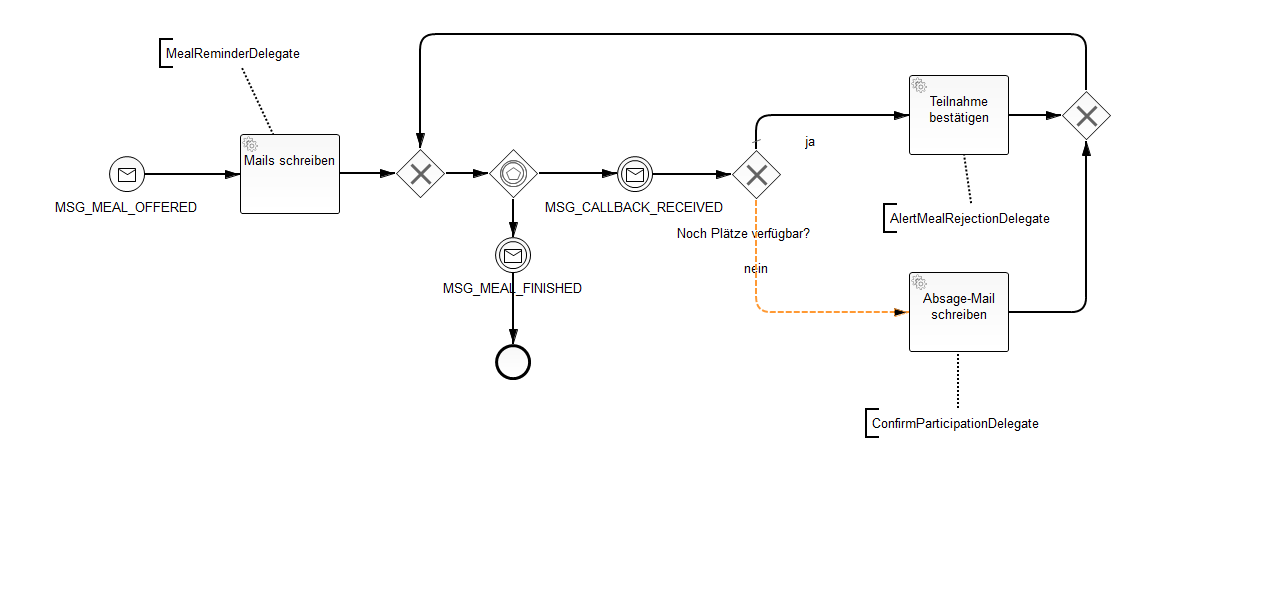
gheddie/speedys-resourceplanning-new keeps this BPMN diagram as sternico-meals-bpm/src/main/resources/MealRequest.png. Above is the earlier version. Its source is kept beside it as sternico-meals-bpm/src/main/resources/MealRequest.bpmn. Ids are renumbered.
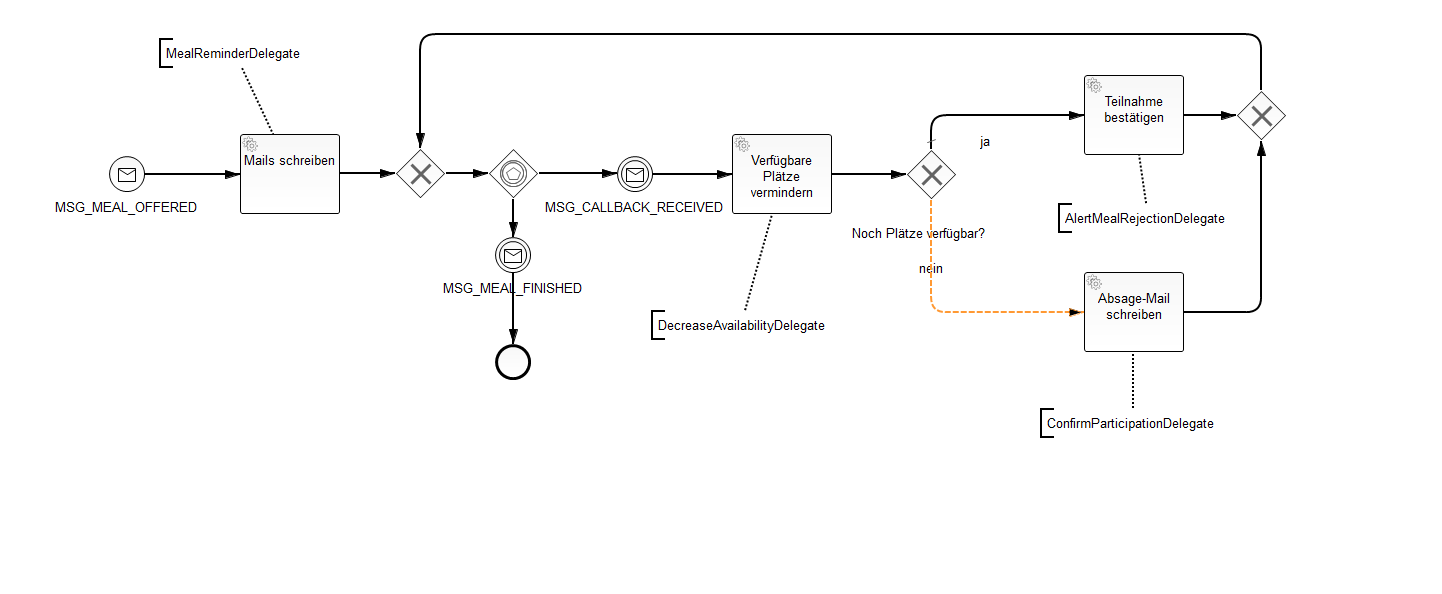
The same diagram one commit later.

Diff of the diagram source:
```diff
@@ -6,7 +6,7 @@
     </bpmn2:startEvent>
     <bpmn2:sequenceFlow id="SequenceFlow_1" name="" sourceRef="StartEvent_1" targetRef="ManualTask_1"/>
     <bpmn2:exclusiveGateway id="ExclusiveGateway_1" name="Noch Plätze verfügbar?" default="flowPlacesAvailable">
-      <bpmn2:incoming>SequenceFlow_5</bpmn2:incoming>
+      <bpmn2:incoming>SequenceFlow_n1</bpmn2:incoming>
       <bpmn2:outgoing>flowPlacesAvailable</bpmn2:outgoing>
       <bpmn2:outgoing>flowNoPlacesAvailable</bpmn2:outgoing>
     </bpmn2:exclusiveGateway>
@@ -16,7 +16,7 @@
       <bpmn2:outgoing>SequenceFlow_6</bpmn2:outgoing>
     </bpmn2:serviceTask>
     <bpmn2:sequenceFlow id="flowNoPlacesAvailable" name="nein" sourceRef="ExclusiveGateway_1" targetRef="ServiceTask_2">
-      <bpmn2:conditionExpression xsi:type="bpmn2:tFormalExpression">${reservations>=maxAttendeeCount}</bpmn2:conditionExpression>
+      <bpmn2:conditionExpression xsi:type="bpmn2:tFormalExpression">${reservationCount>=availablePlaces}</bpmn2:conditionExpression>
     </bpmn2:sequenceFlow>
     <bpmn2:exclusiveGateway id="ExclusiveGateway_2">
       <bpmn2:incoming>SequenceFlow_6</bpmn2:incoming>
@@ -35,7 +35,7 @@
       <bpmn2:outgoing>SequenceFlow_5</bpmn2:outgoing>
       <bpmn2:messageEventDefinition id="_MessageEventDefinition_3" messageRef="Message_2"/>
     </bpmn2:intermediateCatchEvent>
-    <bpmn2:sequenceFlow id="SequenceFlow_5" name="" sourceRef="IntermediateCatchEvent_1" targetRef="ExclusiveGateway_1"/>
+    <bpmn2:sequenceFlow id="SequenceFlow_5" name="" sourceRef="IntermediateCatchEvent_1" targetRef="ServiceTask_n2"/>
     <bpmn2:exclusiveGateway id="ExclusiveGateway_3">
       <bpmn2:incoming>SequenceFlow_3</bpmn2:incoming>
       <bpmn2:incoming>SequenceFlow_9</bpmn2:incoming>
@@ -63,6 +63,11 @@
       <bpmn2:outgoing>SequenceFlow_7</bpmn2:outgoing>
     </bpmn2:serviceTask>
     <bpmn2:sequenceFlow id="SequenceFlow_7" name="" sourceRef="ServiceTask_2" targetRef="ExclusiveGateway_2"/>
+    <bpmn2:serviceTask id="ServiceTask_n2" camunda:class="de.gravitex.misc.delegate.DecreaseAvailabilityDelegate" name="Verfügbare Plätze vermindern">
+      <bpmn2:incoming>SequenceFlow_5</bpmn2:incoming>
+      <bpmn2:outgoing>SequenceFlow_n1</bpmn2:outgoing>
+    </bpmn2:serviceTask>
+    <bpmn2:sequenceFlow id="SequenceFlow_n1" sourceRef="ServiceTask_n2" targetRef="ExclusiveGateway_1"/>
     <bpmn2:textAnnotation id="TextAnnotation_1">
       <bpmn2:text>MealReminderDelegate</bpmn2:text>
     </bpmn2:textAnnotation>
@@ -75,6 +80,10 @@
       <bpmn2:text>AlertMealRejectionDelegate</bpmn2:text>
     </bpmn2:textAnnotation>
     <bpmn2:association id="Association_3" sourceRef="TextAnnotation_3" targetRef="ServiceTask_1"/>
+    <bpmn2:textAnnotation id="TextAnnotation_4">
+      <bpmn2:text>DecreaseAvailabilityDelegate</bpmn2:text>
+    </bpmn2:textAnnotation>
+    <bpmn2:association id="Association_4" sourceRef="TextAnnotation_4" targetRef="ServiceTask_n2"/>
   </bpmn2:process>
   <bpmn2:message id="Message_1" name="MSG_MEAL_OFFERED"/>
   <bpmn2:message id="Message_2" name="MSG_CALLBACK_RECEIVED"/>
@@ -111,58 +120,61 @@
         </bpmndi:BPMNLabel>
       </bpmndi:BPMNEdge>
       <bpmndi:BPMNShape id="_BPMNShape_ExclusiveGateway_2" bpmnElement="ExclusiveGateway_1" isMarkerVisible="true">
-        <dc:Bounds height="50.0" width="50.0" x="731.0" y="149.0"/>
+        <dc:Bounds height="50.0" width="50.0" x="906.0" y="149.0"/>
         <bpmndi:BPMNLabel>
-          <dc:Bounds height="22.0" width="139.0" x="675.0" y="223.0"/>
+          <dc:Bounds height="22.0" width="139.0" x="850.0" y="223.0"/>
         </bpmndi:BPMNLabel>
       </bpmndi:BPMNShape>
       <bpmndi:BPMNEdge id="BPMNEdge_SequenceFlow_5" bpmnElement="SequenceFlow_5" sourceElement="_BPMNShape_IntermediateCatchEvent_2" targetElement="_BPMNShape_ExclusiveGateway_2">
         <di:waypoint xsi:type="dc:Point" x="653.0" y="174.0"/>
-        <di:waypoint xsi:type="dc:Point" x="731.0" y="174.0"/>
+        <di:waypoint xsi:type="dc:Point" x="732.0" y="174.0"/>
         <bpmndi:BPMNLabel>
           <dc:Bounds height="6.0" width="6.0" x="720.0" y="75.0"/>
         </bpmndi:BPMNLabel>
       </bpmndi:BPMNEdge>
       <bpmndi:BPMNShape id="_BPMNShape_ServiceTask_23" bpmnElement="ServiceTask_1">
-        <dc:Bounds height="80.0" width="100.0" x="909.0" y="75.0"/>
+        <dc:Bounds height="80.0" width="100.0" x="1084.0" y="75.0"/>
       </bpmndi:BPMNShape>
       <bpmndi:BPMNEdge id="BPMNEdge_SequenceFlow_2" bpmnElement="flowPlacesAvailable" sourceElement="_BPMNShape_ExclusiveGateway_2" targetElement="_BPMNShape_ServiceTask_23">
-        <di:waypoint xsi:type="dc:Point" x="756.0" y="149.0"/>
-        <di:waypoint xsi:type="dc:Point" x="756.0" y="115.0"/>
-        <di:waypoint xsi:type="dc:Point" x="909.0" y="115.0"/>
+        <di:waypoint xsi:type="dc:Point" x="931.0" y="149.0"/>
+        <di:waypoint xsi:type="dc:Point" x="931.0" y="115.0"/>
+        <di:waypoint xsi:type="dc:Point" x="1084.0" y="115.0"/>
         <bpmndi:BPMNLabel>
-          <dc:Bounds height="6.0" width="6.0" x="808.0" y="131.0"/>
+          <dc:Bounds height="6.0" width="90.0" x="941.0" y="131.0"/>
         </bpmndi:BPMNLabel>
       </bpmndi:BPMNEdge>
       <bpmndi:BPMNShape id="_BPMNShape_ServiceTask_24" bpmnElement="ServiceTask_2">
-        <dc:Bounds height="80.0" width="100.0" x="909.0" y="272.0"/>
+        <dc:Bounds height="80.0" width="100.0" x="1084.0" y="272.0"/>
       </bpmndi:BPMNShape>
       <bpmndi:BPMNEdge id="BPMNEdge_SequenceFlow_4" bpmnElement="flowNoPlacesAvailable" sourceElement="_BPMNShape_ExclusiveGateway_2" targetElement="_BPMNShape_ServiceTask_24">
-        <di:waypoint xsi:type="dc:Point" x="756.0" y="199.0"/>
-        <di:waypoint xsi:type="dc:Point" x="756.0" y="312.0"/>
-        <di:waypoint xsi:type="dc:Point" x="909.0" y="312.0"/>
+        <di:waypoint xsi:type="dc:Point" x="931.0" y="199.0"/>
+        <di:waypoint xsi:type="dc:Point" x="931.0" y="312.0"/>
+        <di:waypoint xsi:type="dc:Point" x="1084.0" y="312.0"/>
         <bpmndi:BPMNLabel>
-          <dc:Bounds height="22.0" width="30.0" x="742.0" y="258.0"/>
+          <dc:Bounds height="22.0" width="90.0" x="887.0" y="258.0"/>
         </bpmndi:BPMNLabel>
       </bpmndi:BPMNEdge>
       <bpmndi:BPMNShape id="_BPMNShape_ExclusiveGateway_17" bpmnElement="ExclusiveGateway_2" isMarkerVisible="true">
-        <dc:Bounds height="50.0" width="50.0" x="1061.0" y="90.0"/>
+        <dc:Bounds height="50.0" width="50.0" x="1236.0" y="90.0"/>
         <bpmndi:BPMNLabel>
-          <dc:Bounds height="20.0" width="90.0" x="1041.0" y="140.0"/>
+          <dc:Bounds height="20.0" width="90.0" x="1216.0" y="140.0"/>
         </bpmndi:BPMNLabel>
       </bpmndi:BPMNShape>
       <bpmndi:BPMNEdge id="BPMNEdge_SequenceFlow_6" bpmnElement="SequenceFlow_6" sourceElement="_BPMNShape_ServiceTask_23" targetElement="_BPMNShape_ExclusiveGateway_17">
-        <di:waypoint xsi:type="dc:Point" x="1009.0" y="115.0"/>
-        <di:waypoint xsi:type="dc:Point" x="1035.0" y="115.0"/>
-        <di:waypoint xsi:type="dc:Point" x="1035.0" y="115.0"/>
-        <di:waypoint xsi:type="dc:Point" x="1061.0" y="115.0"/>
+        <di:waypoint xsi:type="dc:Point" x="1184.0" y="115.0"/>
+        <di:waypoint xsi:type="dc:Point" x="1210.0" y="115.0"/>
+        <di:waypoint xsi:type="dc:Point" x="1210.0" y="115.0"/>
+        <di:waypoint xsi:type="dc:Point" x="1236.0" y="115.0"/>
+        <bpmndi:BPMNLabel>
+          <dc:Bounds height="20.0" width="90.0" x="1165.0" y="105.0"/>
+        </bpmndi:BPMNLabel>
       </bpmndi:BPMNEdge>
       <bpmndi:BPMNEdge id="BPMNEdge_SequenceFlow_7" bpmnElement="SequenceFlow_7" sourceElement="_BPMNShape_ServiceTask_24" targetElement="_BPMNShape_ExclusiveGateway_17">
-        <di:waypoint xsi:type="dc:Point" x="1009.0" y="312.0"/>
-        <di:waypoint xsi:type="dc:Point" x="1086.0" y="312.0"/>
-        <di:waypoint xsi:type="dc:Point" x="1086.0" y="140.0"/>
+        <di:waypoint xsi:type="dc:Point" x="1184.0" y="312.0"/>
+        <di:waypoint xsi:type="dc:Point" x="1261.0" y="312.0"/>
+        <di:waypoint xsi:type="dc:Point" x="1261.0" y="140.0"/>
         <bpmndi:BPMNLabel>
-          <dc:Bounds height="6.0" width="6.0" x="1036.0" y="290.0"/>
+          <dc:Bounds height="6.0" width="90.0" x="1169.0" y="290.0"/>
         </bpmndi:BPMNLabel>
       </bpmndi:BPMNEdge>
       <bpmndi:BPMNShape id="_BPMNShape_ExclusiveGateway_18" bpmnElement="ExclusiveGateway_3" isMarkerVisible="true">
@@ -179,12 +191,12 @@
         </bpmndi:BPMNLabel>
       </bpmndi:BPMNEdge>
       <bpmndi:BPMNEdge id="BPMNEdge_SequenceFlow_9" bpmnElement="SequenceFlow_9" sourceElement="_BPMNShape_ExclusiveGateway_17" targetElement="_BPMNShape_ExclusiveGateway_18">
-        <di:waypoint xsi:type="dc:Point" x="1086.0" y="90.0"/>
-        <di:waypoint xsi:type="dc:Point" x="1086.0" y="34.0"/>
+        <di:waypoint xsi:type="dc:Point" x="1261.0" y="90.0"/>
+        <di:waypoint xsi:type="dc:Point" x="1261.0" y="34.0"/>
         <di:waypoint xsi:type="dc:Point" x="420.0" y="34.0"/>
         <di:waypoint xsi:type="dc:Point" x="420.0" y="148.0"/>
         <bpmndi:BPMNLabel>
-          <dc:Bounds height="6.0" width="6.0" x="822.0" y="35.0"/>
+          <dc:Bounds height="6.0" width="90.0" x="955.0" y="35.0"/>
         </bpmndi:BPMNLabel>
       </bpmndi:BPMNEdge>
       <bpmndi:BPMNShape id="_BPMNShape_EventBasedGateway_5" bpmnElement="EventBasedGateway_1">
@@ -234,18 +246,35 @@
         <di:waypoint xsi:type="dc:Point" x="272.0" y="134.0"/>
       </bpmndi:BPMNEdge>
       <bpmndi:BPMNShape id="_BPMNShape_TextAnnotation_33" bpmnElement="TextAnnotation_2">
-        <dc:Bounds height="30.0" width="187.0" x="865.0" y="408.0"/>
+        <dc:Bounds height="30.0" width="187.0" x="1040.0" y="408.0"/>
       </bpmndi:BPMNShape>
       <bpmndi:BPMNEdge id="BPMNEdge_Association_2" bpmnElement="Association_2" sourceElement="_BPMNShape_TextAnnotation_33" targetElement="_BPMNShape_ServiceTask_24">
-        <di:waypoint xsi:type="dc:Point" x="958.0" y="408.0"/>
-        <di:waypoint xsi:type="dc:Point" x="959.0" y="352.0"/>
+        <di:waypoint xsi:type="dc:Point" x="1133.0" y="408.0"/>
+        <di:waypoint xsi:type="dc:Point" x="1134.0" y="352.0"/>
       </bpmndi:BPMNEdge>
       <bpmndi:BPMNShape id="_BPMNShape_TextAnnotation_34" bpmnElement="TextAnnotation_3">
-        <dc:Bounds height="30.0" width="179.0" x="883.0" y="203.0"/>
+        <dc:Bounds height="30.0" width="179.0" x="1058.0" y="203.0"/>
       </bpmndi:BPMNShape>
       <bpmndi:BPMNEdge id="BPMNEdge_Association_3" bpmnElement="Association_3" sourceElement="_BPMNShape_TextAnnotation_34" targetElement="_BPMNShape_ServiceTask_23">
-        <di:waypoint xsi:type="dc:Point" x="970.0" y="203.0"/>
-        <di:waypoint xsi:type="dc:Point" x="964.0" y="155.0"/>
+        <di:waypoint xsi:type="dc:Point" x="1145.0" y="203.0"/>
+        <di:waypoint xsi:type="dc:Point" x="1139.0" y="155.0"/>
+      </bpmndi:BPMNEdge>
+      <bpmndi:BPMNShape id="ServiceTask_n2_di" bpmnElement="ServiceTask_n2">
+        <dc:Bounds height="80.0" width="100.0" x="732.0" y="134.0"/>
+      </bpmndi:BPMNShape>
+      <bpmndi:BPMNEdge id="SequenceFlow_n1_di" bpmnElement="SequenceFlow_n1">
+        <di:waypoint xsi:type="dc:Point" x="832.0" y="174.0"/>
+        <di:waypoint xsi:type="dc:Point" x="906.0" y="174.0"/>
+        <bpmndi:BPMNLabel>
+          <dc:Bounds height="20.0" width="90.0" x="824.0" y="164.0"/>
+        </bpmndi:BPMNLabel>
+      </bpmndi:BPMNEdge>
+      <bpmndi:BPMNShape id="_BPMNShape_TextAnnotation_35" bpmnElement="TextAnnotation_4">
+        <dc:Bounds height="30.0" width="181.0" x="651.0" y="310.0"/>
+      </bpmndi:BPMNShape>
+      <bpmndi:BPMNEdge id="BPMNEdge_Association_4" bpmnElement="Association_4" sourceElement="_BPMNShape_TextAnnotation_35" targetElement="ServiceTask_n2_di">
+        <di:waypoint xsi:type="dc:Point" x="745.0" y="310.0"/>
+        <di:waypoint xsi:type="dc:Point" x="771.0" y="214.0"/>
       </bpmndi:BPMNEdge>
     </bpmndi:BPMNPlane>
   </bpmndi:BPMNDiagram>
```
